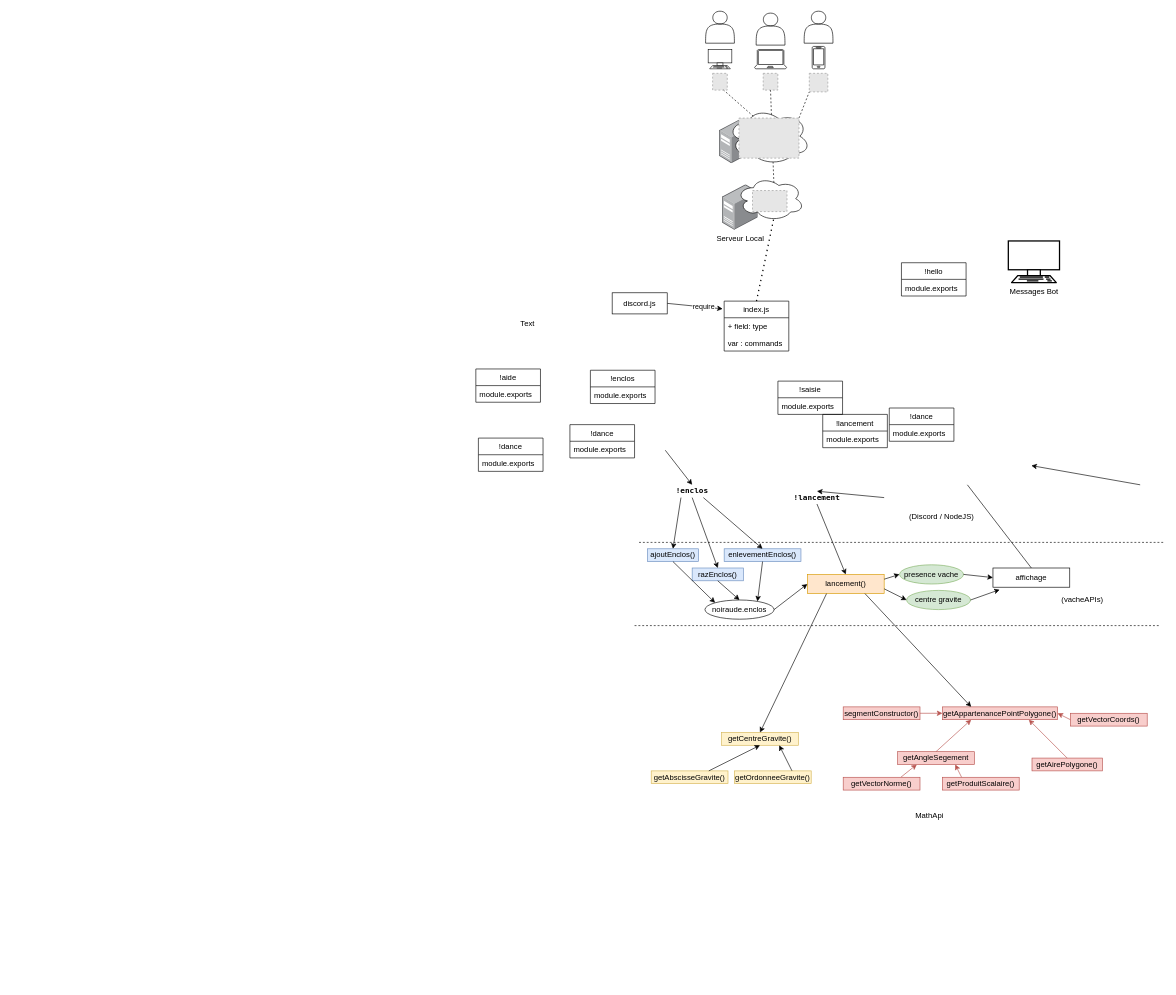
TheoGicquel/La-Noiraude keeps this draw.io diagram as docs/schema_fonctions.drawio. Above is the earlier version. Source tidied: cells renumbered, new cells numbered last; positions are measured from the earlier drawing's top-left corner, leaving out a move shared by most shapes. Both pictures are drawn from the tidied source at 64%, with x=0, y=0 at pixel (476, 11). Pictures stored in the file or linked from it are replaced by grey dashed boxes.
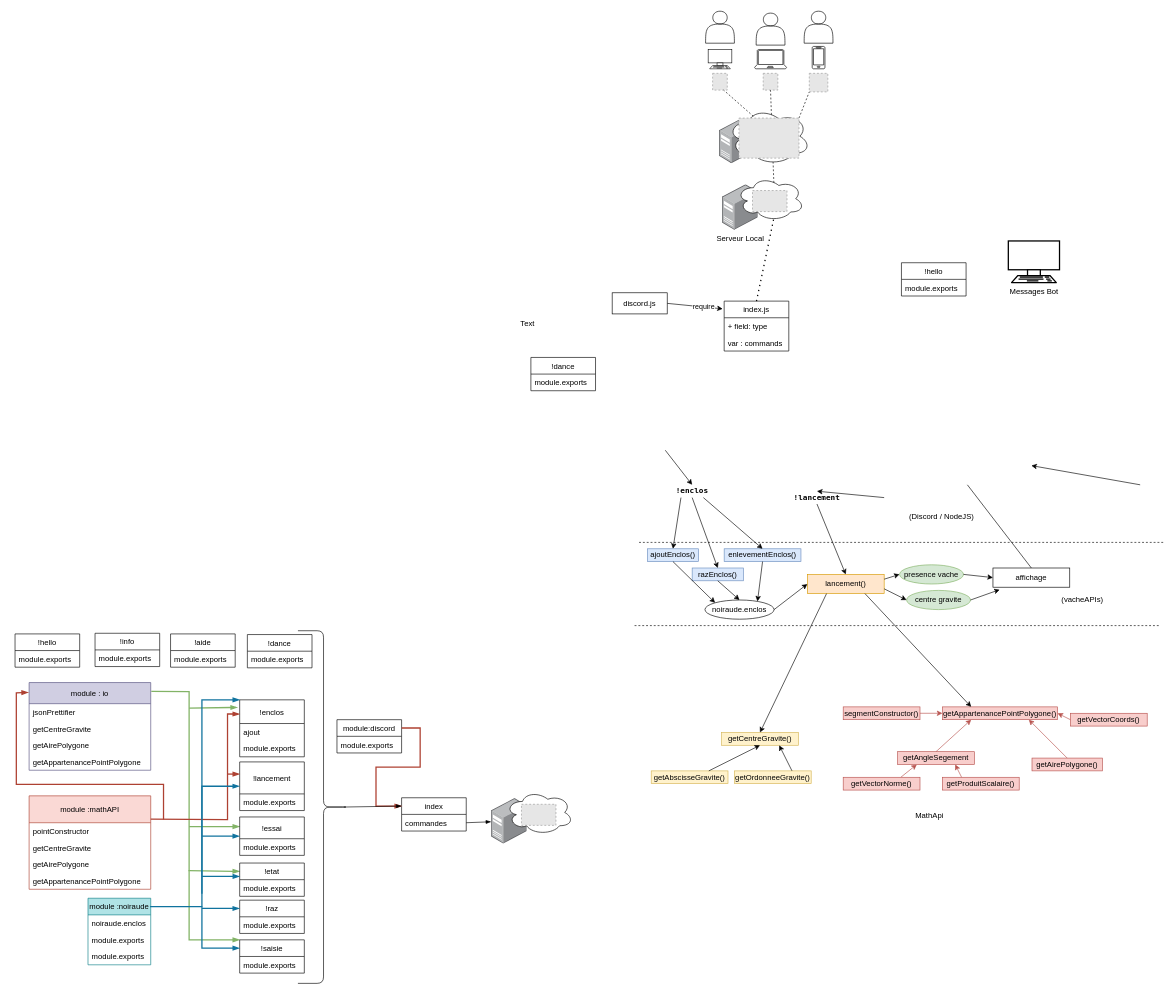
Above is the later version.

Commit message:
ajout inhéritance des modules

What changed in the source:
```diff
@@
+    <mxCell id="102" style="endArrow=blockThin;html=1;endFill=1;rounded=0;fillColor=#d5e8d4;strokeColor=#82b366;entryX=-0.033;entryY=0.133;entryDx=0;entryDy=0;gradientColor=#97d077;strokeWidth=2;entryPerimeter=0;" parent="1" edge="1" target="87">
+      <mxGeometry relative="1" as="geometry">
+        <mxPoint x="-448" y="1089" as="sourcePoint" />
+      </mxGeometry>
+    </mxCell>
+    <mxCell id="103" style="endArrow=blockThin;html=1;endFill=1;rounded=0;fillColor=#d5e8d4;strokeColor=#82b366;entryX=0;entryY=0.25;entryDx=0;entryDy=0;gradientColor=#97d077;strokeWidth=2;" parent="1" edge="1" target="127">
+      <mxGeometry relative="1" as="geometry">
+        <mxPoint x="-448" y="1274" as="sourcePoint" />
+      </mxGeometry>
+    </mxCell>
+    <mxCell id="104" style="endArrow=blockThin;html=1;endFill=1;rounded=0;entryX=0;entryY=0.25;entryDx=0;entryDy=0;fillColor=#d5e8d4;strokeColor=#82b366;strokeWidth=2;gradientColor=#97d077;" parent="1" edge="1" target="139">
+      <mxGeometry relative="1" as="geometry">
+        <mxPoint x="-448" y="1344" as="sourcePoint" />
+        <Array as="points">
+          <mxPoint x="-448" y="1343" />
+        </Array>
+      </mxGeometry>
+    </mxCell>
+    <mxCell id="105" style="endArrow=blockThin;html=1;endFill=1;rounded=0;fillColor=#d5e8d4;strokeColor=#82b366;entryX=0;entryY=0;entryDx=0;entryDy=0;strokeWidth=2;gradientColor=#97d077;exitX=1.005;exitY=0.101;exitDx=0;exitDy=0;exitPerimeter=0;" parent="1" edge="1" source="120" target="89">
+      <mxGeometry relative="1" as="geometry">
+        <Array as="points">
+          <mxPoint x="-448" y="1063" />
+          <mxPoint x="-448" y="1451" />
+        </Array>
+      </mxGeometry>
+    </mxCell>
@@
     <mxCell id="85" value="!aide" style="swimlane;fontStyle=0;horizontal=1;startSize=26;fillColor=none;" parent="1" vertex="1">
-      <mxGeometry y="559" width="101" height="52" as="geometry" />
+      <mxGeometry x="-477" y="973" width="101" height="52" as="geometry" />
     </mxCell>
@@
-    <mxCell id="87" value="!enclos" style="swimlane;fontStyle=0;horizontal=1;startSize=26;fillColor=none;" parent="1" vertex="1">
-      <mxGeometry x="179" y="561" width="101" height="52" as="geometry" />
+    <mxCell id="87" value="!enclos" style="swimlane;fontStyle=0;horizontal=1;startSize=37;fillColor=none;" parent="1" vertex="1">
+      <mxGeometry x="-369" y="1076" width="101" height="89" as="geometry" />
     </mxCell>
-    <mxCell id="88" value="module.exports" style="text;strokeColor=none;fillColor=none;align=left;verticalAlign=top;spacingLeft=4;spacingRight=4;overflow=hidden;" parent="87" vertex="1">
-      <mxGeometry y="26" width="101" height="26" as="geometry" />
+    <mxCell id="88" value="ajout" style="text;strokeColor=none;fillColor=none;align=left;verticalAlign=top;spacingLeft=4;spacingRight=4;overflow=hidden;" parent="87" vertex="1">
+      <mxGeometry y="37" width="101" height="26" as="geometry" />
     </mxCell>
+    <mxCell id="106" value="module.exports" style="text;strokeColor=none;fillColor=none;align=left;verticalAlign=top;spacingLeft=4;spacingRight=4;overflow=hidden;" parent="87" vertex="1">
+      <mxGeometry y="63" width="101" height="26" as="geometry" />
+    </mxCell>
     <mxCell id="89" value="!saisie" style="swimlane;fontStyle=0;horizontal=1;startSize=26;fillColor=none;" parent="1" vertex="1">
-      <mxGeometry x="472" y="578" width="101" height="52" as="geometry" />
+      <mxGeometry x="-369" y="1451" width="101" height="52" as="geometry" />
     </mxCell>
@@
-    <mxCell id="91" value="!lancement" style="swimlane;fontStyle=0;horizontal=1;startSize=26;fillColor=none;" parent="1" vertex="1">
-      <mxGeometry x="542" y="630" width="101" height="52" as="geometry" />
+    <mxCell id="91" value="index" style="swimlane;fontStyle=0;horizontal=1;startSize=26;fillColor=none;" parent="1" vertex="1">
+      <mxGeometry x="-116" y="1229" width="101" height="52" as="geometry" />
     </mxCell>
-    <mxCell id="92" value="module.exports" style="text;strokeColor=none;fillColor=none;align=left;verticalAlign=top;spacingLeft=4;spacingRight=4;overflow=hidden;points=[[0,0.5],[1,0.5]];portConstraint=eastwest;" parent="91" vertex="1">
+    <mxCell id="92" value="commandes" style="text;strokeColor=none;fillColor=none;align=left;verticalAlign=top;spacingLeft=4;spacingRight=4;overflow=hidden;points=[[0,0.5],[1,0.5]];portConstraint=eastwest;" parent="91" vertex="1">
       <mxGeometry y="26" width="101" height="26" as="geometry" />
     </mxCell>
@@
     <mxCell id="95" value="!dance" style="swimlane;fontStyle=0;horizontal=1;startSize=26;fillColor=none;" parent="1" vertex="1">
-      <mxGeometry x="646" y="620" width="101" height="52" as="geometry" />
+      <mxGeometry x="86" y="541" width="101" height="52" as="geometry" />
     </mxCell>
@@
-    <mxCell id="98" value="!dance" style="swimlane;fontStyle=0;horizontal=1;startSize=26;fillColor=none;" parent="1" vertex="1">
-      <mxGeometry x="4" y="667" width="101" height="52" as="geometry" />
-    </mxCell>
-    <mxCell id="99" value="module.exports" style="text;strokeColor=none;fillColor=none;align=left;verticalAlign=top;spacingLeft=4;spacingRight=4;overflow=hidden;" parent="98" vertex="1">
-      <mxGeometry y="26" width="101" height="26" as="geometry" />
-    </mxCell>
-    <mxCell id="100" value="!dance" style="swimlane;fontStyle=0;horizontal=1;startSize=26;fillColor=none;" parent="1" vertex="1">
-      <mxGeometry x="147" y="646" width="101" height="52" as="geometry" />
-    </mxCell>
-    <mxCell id="101" value="module.exports" style="text;strokeColor=none;fillColor=none;align=left;verticalAlign=top;spacingLeft=4;spacingRight=4;overflow=hidden;" parent="100" vertex="1">
-      <mxGeometry y="26" width="101" height="26" as="geometry" />
-    </mxCell>
+    <mxCell id="107" value="module :mathAPI" style="swimlane;fontStyle=0;horizontal=1;startSize=42;fillColor=#fad9d5;strokeColor=#ae4132;" parent="1" vertex="1">
+      <mxGeometry x="-698" y="1226" width="190" height="146" as="geometry" />
+    </mxCell>
+    <mxCell id="108" value="pointConstructor" style="text;strokeColor=none;fillColor=none;align=left;verticalAlign=top;spacingLeft=4;spacingRight=4;overflow=hidden;" parent="107" vertex="1">
+      <mxGeometry y="42" width="190" height="26" as="geometry" />
+    </mxCell>
+    <mxCell id="109" value="getCentreGravite" style="text;strokeColor=none;fillColor=none;align=left;verticalAlign=top;spacingLeft=4;spacingRight=4;overflow=hidden;" parent="107" vertex="1">
+      <mxGeometry y="68" width="190" height="26" as="geometry" />
+    </mxCell>
+    <mxCell id="110" value="getAirePolygone" style="text;strokeColor=none;fillColor=none;align=left;verticalAlign=top;spacingLeft=4;spacingRight=4;overflow=hidden;" parent="107" vertex="1">
+      <mxGeometry y="94" width="190" height="26" as="geometry" />
+    </mxCell>
+    <mxCell id="111" value="getAppartenancePointPolygone" style="text;strokeColor=none;fillColor=none;align=left;verticalAlign=top;spacingLeft=4;spacingRight=4;overflow=hidden;" parent="107" vertex="1">
+      <mxGeometry y="120" width="190" height="26" as="geometry" />
+    </mxCell>
+    <mxCell id="112" value="module :noiraude" style="swimlane;fontStyle=0;horizontal=1;startSize=26;fillColor=#b0e3e6;strokeColor=#0e8088;" parent="1" vertex="1">
+      <mxGeometry x="-606" y="1386" width="98" height="104" as="geometry" />
+    </mxCell>
+    <mxCell id="113" value="noiraude.enclos" style="text;strokeColor=none;fillColor=none;align=left;verticalAlign=top;spacingLeft=4;spacingRight=4;overflow=hidden;" parent="112" vertex="1">
+      <mxGeometry y="26" width="98" height="26" as="geometry" />
+    </mxCell>
+    <mxCell id="114" value="module.exports" style="text;strokeColor=none;fillColor=none;align=left;verticalAlign=top;spacingLeft=4;spacingRight=4;overflow=hidden;" parent="112" vertex="1">
+      <mxGeometry y="52" width="98" height="26" as="geometry" />
+    </mxCell>
+    <mxCell id="115" value="module.exports" style="text;strokeColor=none;fillColor=none;align=left;verticalAlign=top;spacingLeft=4;spacingRight=4;overflow=hidden;" parent="112" vertex="1">
+      <mxGeometry y="78" width="98" height="26" as="geometry" />
+    </mxCell>
+    <mxCell id="116" style="endArrow=blockThin;html=1;endFill=1;rounded=0;fillColor=#b1ddf0;strokeColor=#10739e;strokeWidth=2;" parent="1" edge="1">
+      <mxGeometry relative="1" as="geometry">
+        <mxPoint x="-428" y="1379" as="sourcePoint" />
+        <mxPoint x="-369" y="1076" as="targetPoint" />
+        <Array as="points">
+          <mxPoint x="-428" y="1076" />
+        </Array>
+      </mxGeometry>
+    </mxCell>
+    <mxCell id="117" style="endArrow=blockThin;html=1;endFill=1;rounded=0;fillColor=#fad9d5;strokeColor=#ae4132;strokeWidth=2;entryX=0;entryY=0.25;entryDx=0;entryDy=0;exitX=1;exitY=0.25;exitDx=0;exitDy=0;" parent="1" edge="1" source="107" target="87">
+      <mxGeometry relative="1" as="geometry">
+        <Array as="points">
+          <mxPoint x="-388" y="1263" />
+          <mxPoint x="-388" y="1098" />
+        </Array>
+      </mxGeometry>
+    </mxCell>
+    <mxCell id="118" value="!lancement" style="swimlane;fontStyle=0;horizontal=1;startSize=50;fillColor=none;" parent="1" vertex="1">
+      <mxGeometry x="-369" y="1173" width="101" height="76" as="geometry" />
+    </mxCell>
+    <mxCell id="119" value="module.exports" style="text;strokeColor=none;fillColor=none;align=left;verticalAlign=top;spacingLeft=4;spacingRight=4;overflow=hidden;" parent="118" vertex="1">
+      <mxGeometry y="50" width="101" height="26" as="geometry" />
+    </mxCell>
+    <mxCell id="120" value="module : io" style="swimlane;fontStyle=0;horizontal=1;startSize=33;fillColor=#d0cee2;strokeColor=#56517e;" parent="1" vertex="1">
+      <mxGeometry x="-698" y="1049" width="190" height="137" as="geometry" />
+    </mxCell>
+    <mxCell id="121" value="jsonPrettifier" style="text;strokeColor=none;fillColor=none;align=left;verticalAlign=top;spacingLeft=4;spacingRight=4;overflow=hidden;" parent="120" vertex="1">
+      <mxGeometry y="33" width="190" height="26" as="geometry" />
+    </mxCell>
+    <mxCell id="122" value="getCentreGravite" style="text;strokeColor=none;fillColor=none;align=left;verticalAlign=top;spacingLeft=4;spacingRight=4;overflow=hidden;" parent="120" vertex="1">
+      <mxGeometry y="59" width="190" height="26" as="geometry" />
+    </mxCell>
+    <mxCell id="123" value="getAirePolygone" style="text;strokeColor=none;fillColor=none;align=left;verticalAlign=top;spacingLeft=4;spacingRight=4;overflow=hidden;" parent="120" vertex="1">
+      <mxGeometry y="85" width="190" height="26" as="geometry" />
+    </mxCell>
+    <mxCell id="124" value="getAppartenancePointPolygone" style="text;strokeColor=none;fillColor=none;align=left;verticalAlign=top;spacingLeft=4;spacingRight=4;overflow=hidden;" parent="120" vertex="1">
+      <mxGeometry y="111" width="190" height="26" as="geometry" />
+    </mxCell>
+    <mxCell id="125" style="endArrow=blockThin;html=1;endFill=1;rounded=0;fillColor=#fad9d5;strokeColor=#ae4132;strokeWidth=2;entryX=0;entryY=0.25;entryDx=0;entryDy=0;" parent="1" edge="1" target="118">
+      <mxGeometry relative="1" as="geometry">
+        <mxPoint x="-388" y="1192" as="sourcePoint" />
+        <Array as="points">
+          <mxPoint x="-388" y="1192" />
+        </Array>
+      </mxGeometry>
+    </mxCell>
+    <mxCell id="126" style="endArrow=blockThin;html=1;endFill=1;rounded=0;entryX=0;entryY=0.5;entryDx=0;entryDy=0;fillColor=#b1ddf0;strokeColor=#10739e;strokeWidth=2;" parent="1" edge="1" target="118">
+      <mxGeometry relative="1" as="geometry">
+        <mxPoint x="-428" y="1399" as="sourcePoint" />
+        <Array as="points">
+          <mxPoint x="-428" y="1359" />
+          <mxPoint x="-428" y="1211" />
+        </Array>
+      </mxGeometry>
+    </mxCell>
+    <mxCell id="127" value="!essai" style="swimlane;fontStyle=0;horizontal=1;startSize=34;fillColor=none;" parent="1" vertex="1">
+      <mxGeometry x="-369" y="1259" width="101" height="60" as="geometry" />
+    </mxCell>
+    <mxCell id="128" value="module.exports" style="text;strokeColor=none;fillColor=none;align=left;verticalAlign=top;spacingLeft=4;spacingRight=4;overflow=hidden;" parent="127" vertex="1">
+      <mxGeometry y="34" width="101" height="26" as="geometry" />
+    </mxCell>
+    <mxCell id="129" style="endArrow=blockThin;html=1;endFill=1;rounded=0;entryX=0;entryY=0.5;entryDx=0;entryDy=0;fillColor=#b1ddf0;strokeColor=#10739e;strokeWidth=2;" parent="1" edge="1" target="127">
+      <mxGeometry relative="1" as="geometry">
+        <mxPoint x="-428" y="1289" as="sourcePoint" />
+      </mxGeometry>
+    </mxCell>
+    <mxCell id="130" value="!dance" style="swimlane;fontStyle=0;horizontal=1;startSize=26;fillColor=none;" parent="1" vertex="1">
+      <mxGeometry x="-357" y="974" width="101" height="52" as="geometry" />
+    </mxCell>
+    <mxCell id="131" value="module.exports" style="text;strokeColor=none;fillColor=none;align=left;verticalAlign=top;spacingLeft=4;spacingRight=4;overflow=hidden;" parent="130" vertex="1">
+      <mxGeometry y="26" width="101" height="26" as="geometry" />
+    </mxCell>
+    <mxCell id="132" value="!raz" style="swimlane;fontStyle=0;horizontal=1;startSize=26;fillColor=none;" parent="1" vertex="1">
+      <mxGeometry x="-369" y="1389" width="101" height="52" as="geometry" />
+    </mxCell>
+    <mxCell id="133" value="module.exports" style="text;strokeColor=none;fillColor=none;align=left;verticalAlign=top;spacingLeft=4;spacingRight=4;overflow=hidden;" parent="132" vertex="1">
+      <mxGeometry y="26" width="101" height="26" as="geometry" />
+    </mxCell>
+    <mxCell id="134" style="endArrow=blockThin;html=1;endFill=1;rounded=0;entryX=0;entryY=0.25;entryDx=0;entryDy=0;fillColor=#b1ddf0;strokeColor=#10739e;strokeWidth=2;" parent="1" edge="1" target="132">
+      <mxGeometry relative="1" as="geometry">
+        <mxPoint x="-428" y="1402" as="sourcePoint" />
+      </mxGeometry>
+    </mxCell>
+    <mxCell id="135" value="!hello" style="swimlane;fontStyle=0;horizontal=1;startSize=26;fillColor=none;" parent="1" vertex="1">
+      <mxGeometry x="-720" y="973" width="101" height="52" as="geometry" />
+    </mxCell>
+    <mxCell id="136" value="module.exports" style="text;strokeColor=none;fillColor=none;align=left;verticalAlign=top;spacingLeft=4;spacingRight=4;overflow=hidden;" parent="135" vertex="1">
+      <mxGeometry y="26" width="101" height="26" as="geometry" />
+    </mxCell>
+    <mxCell id="137" value="!info" style="swimlane;fontStyle=0;horizontal=1;startSize=26;fillColor=none;" parent="1" vertex="1">
+      <mxGeometry x="-595" y="972" width="101" height="52" as="geometry" />
+    </mxCell>
+    <mxCell id="138" value="module.exports" style="text;strokeColor=none;fillColor=none;align=left;verticalAlign=top;spacingLeft=4;spacingRight=4;overflow=hidden;" parent="137" vertex="1">
+      <mxGeometry y="26" width="101" height="26" as="geometry" />
+    </mxCell>
+    <mxCell id="139" value="!etat" style="swimlane;fontStyle=0;horizontal=1;startSize=26;fillColor=none;" parent="1" vertex="1">
+      <mxGeometry x="-369" y="1331" width="101" height="52" as="geometry" />
+    </mxCell>
+    <mxCell id="140" value="module.exports" style="text;strokeColor=none;fillColor=none;align=left;verticalAlign=top;spacingLeft=4;spacingRight=4;overflow=hidden;" parent="139" vertex="1">
+      <mxGeometry y="26" width="101" height="26" as="geometry" />
+    </mxCell>
+    <mxCell id="141" style="endArrow=blockThin;html=1;endFill=1;rounded=0;entryX=0;entryY=0.25;entryDx=0;entryDy=0;exitX=0.99;exitY=0.125;exitDx=0;exitDy=0;fillColor=#b1ddf0;strokeColor=#10739e;strokeWidth=2;exitPerimeter=0;" parent="1" edge="1" source="112" target="89">
+      <mxGeometry relative="1" as="geometry">
+        <Array as="points">
+          <mxPoint x="-428" y="1399" />
+          <mxPoint x="-428" y="1464" />
+        </Array>
+      </mxGeometry>
+    </mxCell>
+    <mxCell id="142" style="endArrow=blockThin;html=1;endFill=1;rounded=0;fillColor=#b1ddf0;strokeColor=#10739e;entryX=0.001;entryY=0.402;entryDx=0;entryDy=0;entryPerimeter=0;strokeWidth=2;" parent="1" edge="1" target="139">
+      <mxGeometry relative="1" as="geometry">
+        <mxPoint x="-428" y="1352" as="sourcePoint" />
+      </mxGeometry>
+    </mxCell>
+    <mxCell id="143" style="endArrow=blockThin;html=1;endFill=1;rounded=0;entryX=-0.005;entryY=0.113;entryDx=0;entryDy=0;fillColor=#fad9d5;strokeColor=#ae4132;strokeWidth=2;entryPerimeter=0;" parent="1" edge="1" target="120">
+      <mxGeometry relative="1" as="geometry">
+        <mxPoint x="-488" y="1263" as="sourcePoint" />
+        <Array as="points">
+          <mxPoint x="-488" y="1263" />
+          <mxPoint x="-488" y="1208" />
+          <mxPoint x="-718" y="1208" />
+          <mxPoint x="-718" y="1065" />
+        </Array>
+      </mxGeometry>
+    </mxCell>
+    <mxCell id="144" style="group;" parent="1" vertex="1">
+      <mxGeometry x="24" y="1222" width="128" height="79" as="geometry" />
+    </mxCell>
+    <mxCell id="145" style="points=[];html=1;align=center;shadow=0;dashed=0;image;image=img/lib/allied_telesis/computer_and_terminals/Server_Desktop.svg;" parent="144" vertex="1">
+      <mxGeometry y="8" width="56" height="71" as="geometry" />
+    </mxCell>
+    <mxCell id="146" style="group;" parent="144" vertex="1">
+      <mxGeometry x="22.5" width="105.5" height="69" as="geometry" />
+    </mxCell>
+    <mxCell id="147" style="group;" parent="146" vertex="1">
+      <mxGeometry y="-4.5" width="105.5" height="69" as="geometry" />
+    </mxCell>
+    <mxCell id="148" style="ellipse;shape=cloud;whiteSpace=wrap;html=1;" parent="147" vertex="1">
+      <mxGeometry width="105.5" height="69" as="geometry" />
+    </mxCell>
+    <mxCell id="149" style="fillColor=#E6E6E6;strokeColor=#999999;dashed=1;verticalLabelPosition=bottom;labelBackgroundColor=#ffffff;verticalAlign=top;" parent="147" vertex="1">
+      <mxGeometry x="24.8" y="21.7" width="53.9" height="32.9" as="geometry" />
+    </mxCell>
+    <mxCell id="150" style="endArrow=blockThin;html=1;strokeWidth=1;exitX=1;exitY=0.5;exitDx=0;exitDy=0;endFill=1;" parent="1" edge="1" source="92" target="145">
+      <mxGeometry relative="1" as="geometry" />
+    </mxCell>
+    <mxCell id="151" value="module:discord" style="swimlane;fontStyle=0;horizontal=1;startSize=26;fillColor=none;" parent="1" vertex="1">
+      <mxGeometry x="-217" y="1107" width="101" height="52" as="geometry" />
+    </mxCell>
+    <mxCell id="152" value="module.exports" style="text;strokeColor=none;fillColor=none;align=left;verticalAlign=top;spacingLeft=4;spacingRight=4;overflow=hidden;" parent="151" vertex="1">
+      <mxGeometry y="26" width="101" height="26" as="geometry" />
+    </mxCell>
+    <mxCell id="153" style="endArrow=blockThin;html=1;endFill=1;rounded=0;fillColor=#fad9d5;strokeColor=#ae4132;strokeWidth=2;entryX=0;entryY=0.25;entryDx=0;entryDy=0;exitX=1;exitY=0.25;exitDx=0;exitDy=0;" parent="1" edge="1" source="151" target="91">
+      <mxGeometry relative="1" as="geometry">
+        <Array as="points">
+          <mxPoint x="-87" y="1120" />
+          <mxPoint x="-87" y="1181" />
+          <mxPoint x="-156" y="1181" />
+          <mxPoint x="-156" y="1242" />
+        </Array>
+      </mxGeometry>
+    </mxCell>
+    <mxCell id="154" style="shape=curlyBracket;whiteSpace=wrap;html=1;rounded=1;flipH=1;fillColor=none;size=0.5;" parent="1" vertex="1">
+      <mxGeometry x="-278" y="968" width="80" height="551" as="geometry" />
+    </mxCell>
+    <mxCell id="155" style="endArrow=blockThin;html=1;strokeWidth=1;endFill=1;entryX=0;entryY=0.25;entryDx=0;entryDy=0;exitX=0.1;exitY=0.5;exitDx=0;exitDy=0;exitPerimeter=0;" parent="1" edge="1" source="154" target="91">
+      <mxGeometry relative="1" as="geometry" />
+    </mxCell>
```
